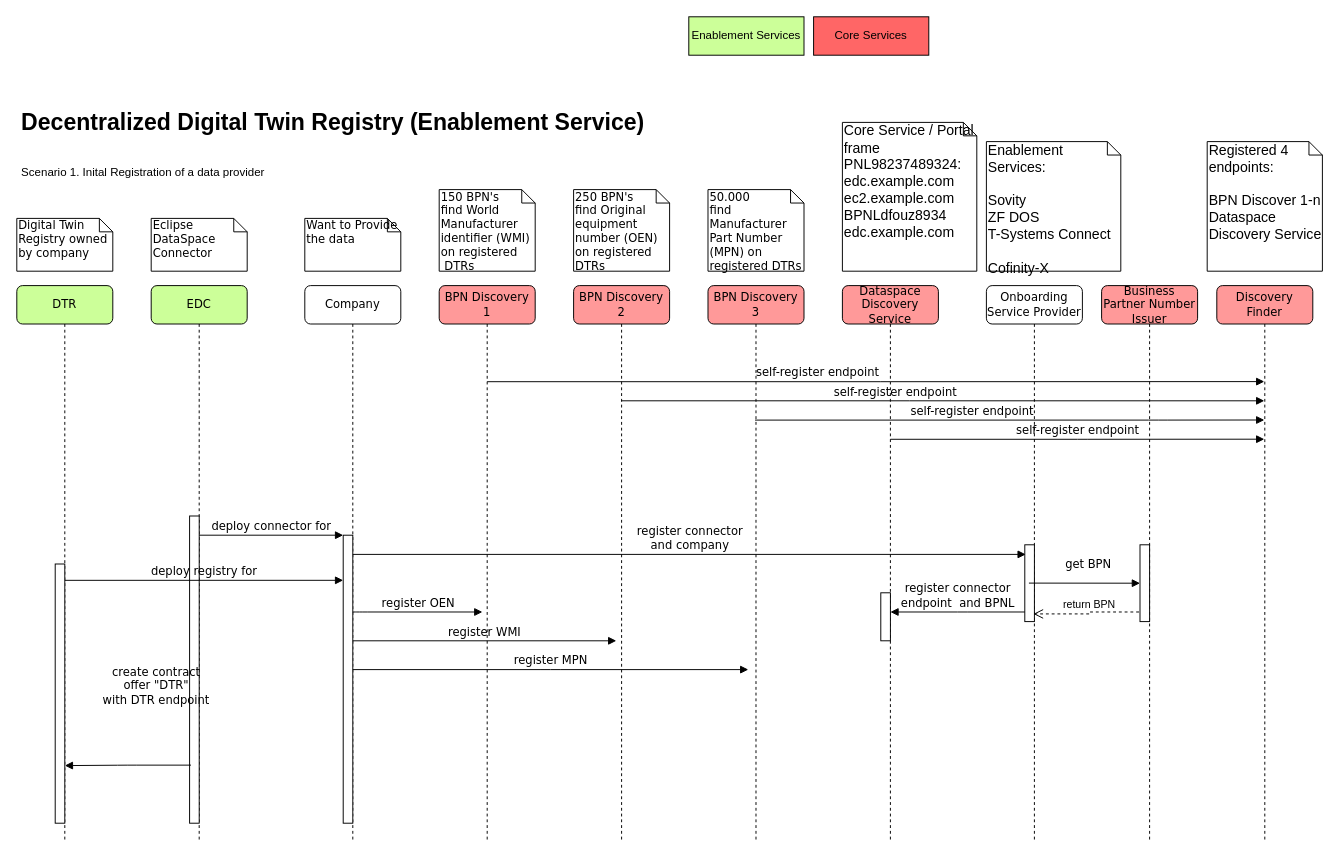
Above: docs/media/drawings/decentrilzedDTR-registrationDataProvider.drawio in eclipse-tractusx/sldt-bpn-discovery (draw.io), before the change. Source tidied: cells renumbered, new cells numbered last; positions are measured from the earlier drawing's top-left corner, leaving out a move shared by most shapes. Both pictures are drawn from the tidied source at 96%, with x=0, y=0 at pixel (16, 16).
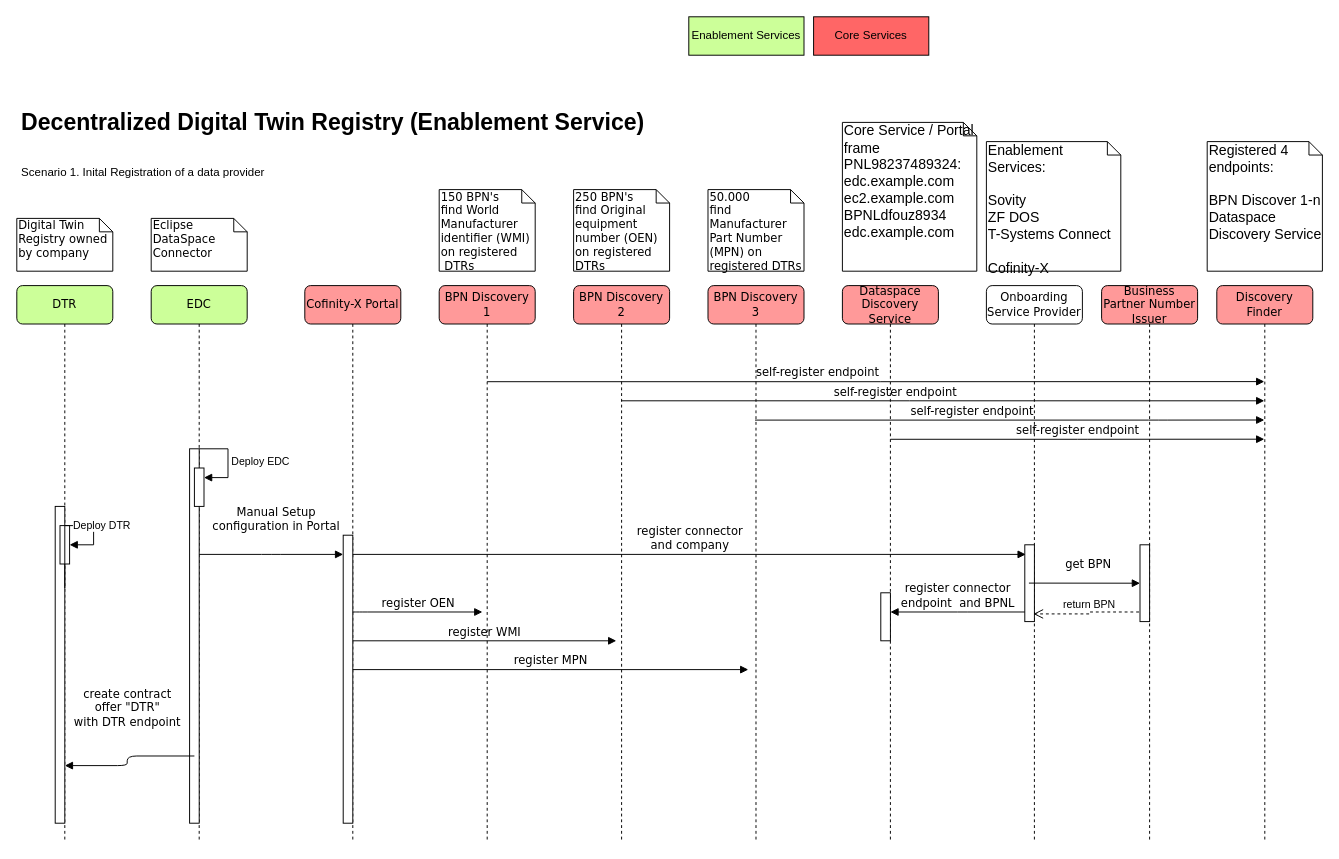
The same diagram, later.

Unchanged cells that the change refers to:
```xml
<mxCell id="2" value="EDC" style="shape=umlLifeline;perimeter=lifelinePerimeter;whiteSpace=wrap;html=1;rounded=1;shadow=0;comic=0;labelBackgroundColor=none;strokeWidth=1;fontFamily=Verdana;fontSize=12;align=center;fillColor=#CCFF99;" parent="1" vertex="1">
  <mxGeometry x="140" y="280" width="100" height="580" as="geometry" />
</mxCell>
<mxCell id="5" style="html=1;points=[];perimeter=orthogonalPerimeter;rounded=0;shadow=0;comic=0;labelBackgroundColor=none;strokeWidth=1;fontFamily=Verdana;fontSize=12;align=center;" parent="4" vertex="1">
  <mxGeometry x="40" y="260" width="10" height="300" as="geometry" />
</mxCell>
<mxCell id="15" value="DTR" style="shape=umlLifeline;perimeter=lifelinePerimeter;whiteSpace=wrap;html=1;rounded=1;shadow=0;comic=0;labelBackgroundColor=none;strokeWidth=1;fontFamily=Verdana;fontSize=12;align=center;fillColor=#CCFF99;" parent="1" vertex="1">
  <mxGeometry y="280" width="100" height="580" as="geometry" />
</mxCell>
```

Change to the diagram source:
```diff
@@
     <mxCell id="3" style="html=1;points=[];perimeter=orthogonalPerimeter;rounded=0;shadow=0;comic=0;labelBackgroundColor=none;strokeWidth=1;fontFamily=Verdana;fontSize=12;align=center;" parent="2" vertex="1">
-      <mxGeometry x="40" y="240" width="10" height="320" as="geometry" />
+      <mxGeometry x="40" y="170" width="10" height="390" as="geometry" />
     </mxCell>
+    <mxCell id="18" value="Manual Setup &lt;br&gt;configuration in Portal" style="html=1;verticalAlign=bottom;endArrow=block;entryX=0;entryY=0;labelBackgroundColor=none;fontFamily=Verdana;fontSize=12;edgeStyle=elbowEdgeStyle;elbow=vertical;" parent="2" edge="1">
+      <mxGeometry x="0.07" y="20" relative="1" as="geometry">
+        <mxPoint x="50" y="280" as="sourcePoint" />
+        <mxPoint x="200" y="280" as="targetPoint" />
+      </mxGeometry>
+    </mxCell>
+    <mxCell id="44" style="html=1;points=[[0,0,0,0,5],[0,1,0,0,-5],[1,0,0,0,5],[1,1,0,0,-5]];perimeter=orthogonalPerimeter;outlineConnect=0;targetShapes=umlLifeline;portConstraint=eastwest;newEdgeStyle={&quot;curved&quot;:0,&quot;rounded&quot;:0};" parent="2" vertex="1">
+      <mxGeometry x="45" y="190" width="10" height="40" as="geometry" />
+    </mxCell>
+    <mxCell id="45" value="Deploy EDC" style="html=1;align=left;spacingLeft=2;endArrow=block;rounded=0;edgeStyle=orthogonalEdgeStyle;curved=0;rounded=0;" parent="2" edge="1" target="44">
+      <mxGeometry relative="1" as="geometry">
+        <mxPoint x="50" y="170" as="sourcePoint" />
+        <Array as="points">
+          <mxPoint x="80" y="200" />
+        </Array>
+      </mxGeometry>
+    </mxCell>
-    <mxCell id="4" value="Company" style="shape=umlLifeline;perimeter=lifelinePerimeter;whiteSpace=wrap;html=1;rounded=1;shadow=0;comic=0;labelBackgroundColor=none;strokeWidth=1;fontFamily=Verdana;fontSize=12;align=center;" parent="1" vertex="1">
+    <mxCell id="4" value="Cofinity-X Portal" style="shape=umlLifeline;perimeter=lifelinePerimeter;whiteSpace=wrap;html=1;rounded=1;shadow=0;comic=0;labelBackgroundColor=none;strokeWidth=1;fontFamily=Verdana;fontSize=12;align=center;fillColor=#FF9999;" parent="1" vertex="1">
       <mxGeometry x="300" y="280" width="100" height="580" as="geometry" />
     </mxCell>
@@
     <mxCell id="16" style="html=1;points=[];perimeter=orthogonalPerimeter;rounded=0;shadow=0;comic=0;labelBackgroundColor=none;strokeWidth=1;fontFamily=Verdana;fontSize=12;align=center;" parent="15" vertex="1">
-      <mxGeometry x="40" y="290" width="10" height="270" as="geometry" />
+      <mxGeometry x="40" y="230" width="10" height="330" as="geometry" />
     </mxCell>
+    <mxCell id="46" style="html=1;points=[[0,0,0,0,5],[0,1,0,0,-5],[1,0,0,0,5],[1,1,0,0,-5]];perimeter=orthogonalPerimeter;outlineConnect=0;targetShapes=umlLifeline;portConstraint=eastwest;newEdgeStyle={&quot;curved&quot;:0,&quot;rounded&quot;:0};" parent="15" vertex="1">
+      <mxGeometry x="45" y="250" width="10" height="40" as="geometry" />
+    </mxCell>
+    <mxCell id="47" value="Deploy DTR" style="html=1;align=left;spacingLeft=2;endArrow=block;rounded=0;edgeStyle=orthogonalEdgeStyle;curved=0;rounded=0;" parent="15" edge="1" target="46">
+      <mxGeometry relative="1" as="geometry">
+        <mxPoint x="50" y="315" as="sourcePoint" />
+        <Array as="points">
+          <mxPoint x="50" y="250" />
+          <mxPoint x="80" y="250" />
+          <mxPoint x="80" y="270" />
+        </Array>
+      </mxGeometry>
+    </mxCell>
@@
-    <mxCell id="18" value="deploy connector for" style="html=1;verticalAlign=bottom;endArrow=block;entryX=0;entryY=0;labelBackgroundColor=none;fontFamily=Verdana;fontSize=12;edgeStyle=elbowEdgeStyle;elbow=vertical;" parent="1" edge="1" source="3" target="5">
-      <mxGeometry relative="1" as="geometry" />
-    </mxCell>
@@
-    <mxCell id="21" value="Want to Provide the data" style="shape=note;whiteSpace=wrap;html=1;size=14;verticalAlign=top;align=left;spacingTop=-6;rounded=0;shadow=0;comic=0;labelBackgroundColor=none;strokeWidth=1;fontFamily=Verdana;fontSize=12;" parent="1" vertex="1">
-      <mxGeometry x="300" y="210" width="100" height="55" as="geometry" />
-    </mxCell>
@@
-    <mxCell id="33" value="create contract &lt;br&gt;offer &quot;DTR&quot; &lt;br&gt;with DTR endpoint" style="html=1;verticalAlign=bottom;endArrow=block;labelBackgroundColor=none;fontFamily=Verdana;fontSize=12;edgeStyle=elbowEdgeStyle;elbow=horizontal;exitX=0.143;exitY=0.811;exitDx=0;exitDy=0;exitPerimeter=0;" parent="1" edge="1" source="3" target="16">
+    <mxCell id="33" value="create contract &lt;br&gt;offer &quot;DTR&quot; &lt;br&gt;with DTR endpoint" style="html=1;verticalAlign=bottom;endArrow=block;labelBackgroundColor=none;fontFamily=Verdana;fontSize=12;edgeStyle=elbowEdgeStyle;elbow=horizontal;" parent="1" edge="1" target="16">
       <mxGeometry x="0.01" y="-30" relative="1" as="geometry">
+        <mxPoint x="185" y="770" as="sourcePoint" />
         <Array as="points">
           <mxPoint x="115" y="780" />
         </Array>
         <mxPoint x="30" y="-29" as="offset" />
       </mxGeometry>
     </mxCell>
-    <mxCell id="34" value="deploy registry for" style="html=1;verticalAlign=bottom;endArrow=block;labelBackgroundColor=none;fontFamily=Verdana;fontSize=12;edgeStyle=elbowEdgeStyle;elbow=vertical;exitX=1.013;exitY=0.063;exitDx=0;exitDy=0;exitPerimeter=0;" parent="1" edge="1" source="16" target="5">
-      <mxGeometry relative="1" as="geometry" />
-    </mxCell>
```
